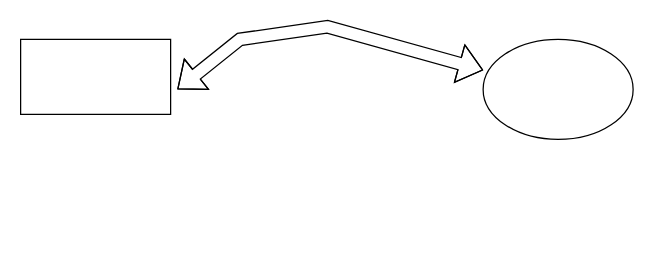
Earlier version of the draw.io diagram Diagrama sem nome.drawio (marcosradix/algafood-api). Source tidied: cells renumbered, new cells numbered last; positions are measured from the earlier drawing's top-left corner, leaving out a move shared by most shapes. Both pictures are drawn from the tidied source at 125%, with x=0, y=0 at pixel (20, 26).
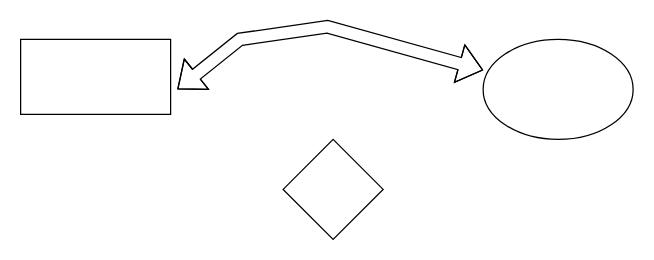
After the change.

What changed in the source:
```diff
@@
 <mxGraphModel>
   <root>
     <mxCell id="0" />
     <mxCell id="1" parent="0" />
     <mxCell id="2" style="rounded=0;whiteSpace=wrap;html=1;" parent="1" vertex="1">
       <mxGeometry y="10" width="120" height="60" as="geometry" />
     </mxCell>
     <mxCell id="3" style="shape=flexArrow;endArrow=classic;startArrow=classic;html=1;rounded=0;" parent="1" edge="1">
       <mxGeometry relative="1" as="geometry">
         <mxPoint x="125.4" y="50" as="sourcePoint" />
         <mxPoint x="370" y="34.6" as="targetPoint" />
         <Array as="points">
           <mxPoint x="175.4" y="10" />
           <mxPoint x="245.4" />
         </Array>
       </mxGeometry>
     </mxCell>
     <mxCell id="4" style="ellipse;whiteSpace=wrap;html=1;" parent="1" vertex="1">
       <mxGeometry x="370" y="10" width="120" height="80" as="geometry" />
     </mxCell>
+    <mxCell id="5" style="rhombus;whiteSpace=wrap;html=1;" parent="1" vertex="1">
+      <mxGeometry x="210" y="90" width="80" height="80" as="geometry" />
+    </mxCell>
   </root>
 </mxGraphModel>
```
